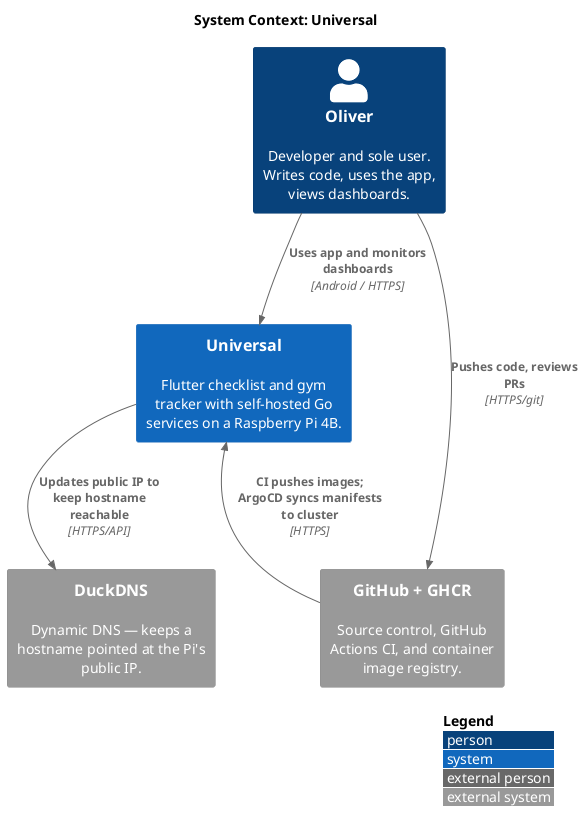
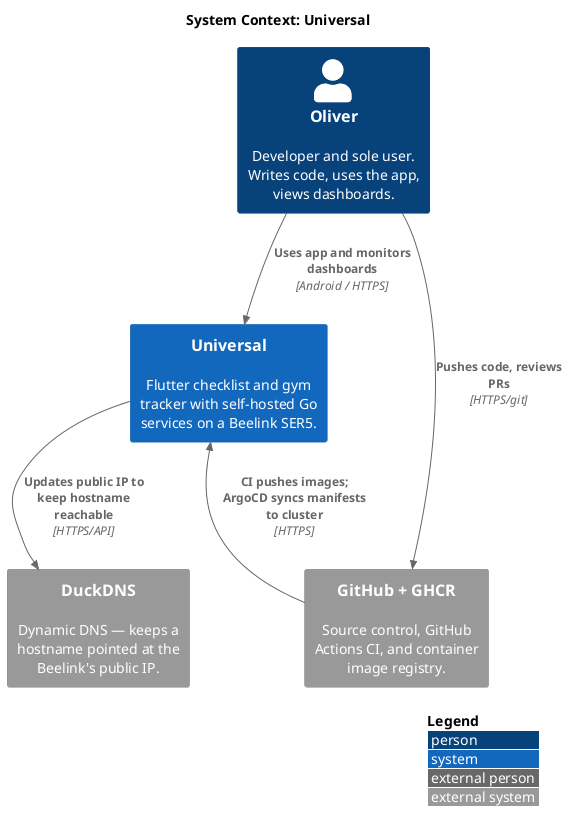
@startuml
!include <C4/C4_Context.puml>

title System Context: Universal

Person(oliver, "Oliver", "Developer and sole user. Writes code, uses the app, views dashboards.")

- System(universal, "Universal", "Flutter checklist and gym tracker with self-hosted Go services on a Raspberry Pi 4B.")
+ System(universal, "Universal", "Flutter checklist and gym tracker with self-hosted Go services on a Beelink SER5.")

System_Ext(github, "GitHub + GHCR", "Source control, GitHub Actions CI, and container image registry.")
- System_Ext(duckdns, "DuckDNS", "Dynamic DNS — keeps a hostname pointed at the Pi's public IP.")
+ System_Ext(duckdns, "DuckDNS", "Dynamic DNS — keeps a hostname pointed at the Beelink's public IP.")

Rel(oliver, github, "Pushes code, reviews PRs", "HTTPS/git")
Rel(oliver, universal, "Uses app and monitors dashboards", "Android / HTTPS")
Rel(github, universal, "CI pushes images; ArgoCD syncs manifests to cluster", "HTTPS")
Rel(universal, duckdns, "Updates public IP to keep hostname reachable", "HTTPS/API")

Lay_R(universal, github)
Lay_D(universal, duckdns)

LAYOUT_WITH_LEGEND()
@enduml
